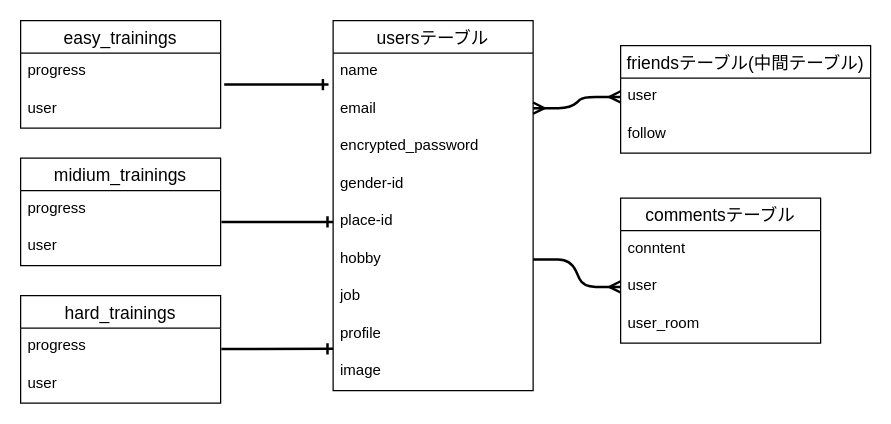
Above: ER_zu.dio in daicheez/kotopark (draw.io), before the change. Source tidied: cells renumbered, new cells numbered last; positions are measured from the earlier drawing's top-left corner, leaving out a move shared by most shapes. Both pictures are drawn from the tidied source at 125%, with x=0, y=0 at pixel (20, 20).
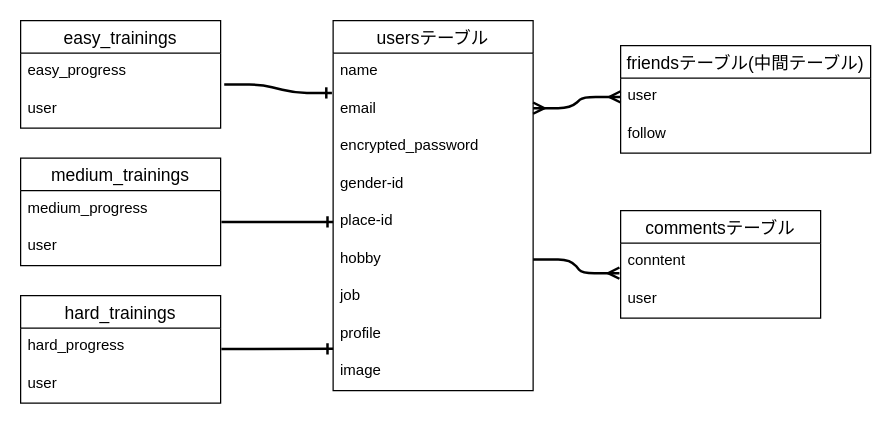
The same page after the edit.

Commit message (it also covers changes not shown here):
ER、画面遷移図、readmeの修正

Unchanged cells that the change refers to:
```xml
<mxCell id="3" value="name" style="text;strokeColor=none;fillColor=none;spacingLeft=4;spacingRight=4;overflow=hidden;points=[[0,0.5],[1,0.5]];portConstraint=eastwest;fontSize=12;" parent="2" vertex="1">
  <mxGeometry y="26" width="160" height="30" as="geometry" />
</mxCell>
<mxCell id="4" value="email" style="text;strokeColor=none;fillColor=none;spacingLeft=4;spacingRight=4;overflow=hidden;points=[[0,0.5],[1,0.5]];portConstraint=eastwest;fontSize=12;" parent="2" vertex="1">
  <mxGeometry y="56" width="160" height="30" as="geometry" />
</mxCell>
<mxCell id="8" value="hobby" style="text;strokeColor=none;fillColor=none;spacingLeft=4;spacingRight=4;overflow=hidden;points=[[0,0.5],[1,0.5]];portConstraint=eastwest;fontSize=12;" parent="2" vertex="1">
  <mxGeometry y="176" width="160" height="30" as="geometry" />
</mxCell>
<mxCell id="12" value="easy_trainings" style="swimlane;fontStyle=0;horizontal=1;startSize=26;align=center;fontSize=14;" parent="1" vertex="1">
  <mxGeometry width="160" height="86" as="geometry" />
</mxCell>
<mxCell id="19" value="conntent" style="text;strokeColor=none;fillColor=none;spacingLeft=4;spacingRight=4;overflow=hidden;points=[[0,0.5],[1,0.5]];portConstraint=eastwest;fontSize=12;" parent="18" vertex="1">
  <mxGeometry y="26" width="160" height="30" as="geometry" />
</mxCell>
<mxCell id="20" value="user" style="text;strokeColor=none;fillColor=none;spacingLeft=4;spacingRight=4;overflow=hidden;points=[[0,0.5],[1,0.5]];portConstraint=eastwest;fontSize=12;" parent="18" vertex="1">
  <mxGeometry y="56" width="160" height="30" as="geometry" />
</mxCell>
<mxCell id="25" value="hard_trainings" style="swimlane;fontStyle=0;horizontal=1;startSize=26;align=center;fontSize=14;" parent="1" vertex="1">
  <mxGeometry y="220" width="160" height="86" as="geometry" />
</mxCell>
```

The edit, as a diff of the source:
```diff
@@
-    <mxCell id="13" value="progress" style="text;strokeColor=none;fillColor=none;spacingLeft=4;spacingRight=4;overflow=hidden;points=[[0,0.5],[1,0.5]];portConstraint=eastwest;fontSize=12;" parent="12" vertex="1">
+    <mxCell id="13" value="easy_progress" style="text;strokeColor=none;fillColor=none;spacingLeft=4;spacingRight=4;overflow=hidden;points=[[0,0.5],[1,0.5]];portConstraint=eastwest;fontSize=12;" parent="12" vertex="1">
       <mxGeometry y="26" width="160" height="30" as="geometry" />
     </mxCell>
@@
     <mxCell id="18" value="commentsテーブル" style="swimlane;fontStyle=0;horizontal=1;startSize=26;align=center;fontSize=14;" parent="1" vertex="1">
-      <mxGeometry x="480" y="142" width="160" height="116" as="geometry" />
+      <mxGeometry x="480" y="152" width="160" height="86" as="geometry" />
     </mxCell>
@@
-    <mxCell id="21" value="user_room" style="text;strokeColor=none;fillColor=none;spacingLeft=4;spacingRight=4;overflow=hidden;fontSize=12;" parent="18" vertex="1">
-      <mxGeometry y="86" width="160" height="30" as="geometry" />
-    </mxCell>
-    <mxCell id="22" style="edgeStyle=entityRelationEdgeStyle;fontSize=12;html=1;endArrow=ERmany;entryX=0;entryY=0.5;entryDx=0;entryDy=0;strokeWidth=2;exitX=1;exitY=0.5;exitDx=0;exitDy=0;" parent="1" edge="1" source="8" target="20">
+    <mxCell id="22" style="edgeStyle=entityRelationEdgeStyle;fontSize=12;html=1;endArrow=ERmany;entryX=-0.006;entryY=0.8;entryDx=0;entryDy=0;strokeWidth=2;exitX=1;exitY=0.5;exitDx=0;exitDy=0;entryPerimeter=0;" parent="1" edge="1" source="8" target="19">
       <mxGeometry relative="1" as="geometry" />
     </mxCell>
-    <mxCell id="23" style="edgeStyle=entityRelationEdgeStyle;fontSize=12;html=1;endArrow=none;endFill=0;strokeWidth=2;exitX=-0.023;exitY=-0.161;exitDx=0;exitDy=0;startArrow=ERone;startFill=0;entryX=1.018;entryY=0.839;entryDx=0;entryDy=0;entryPerimeter=0;exitPerimeter=0;" parent="1" edge="1" source="4" target="13">
+    <mxCell id="23" style="edgeStyle=entityRelationEdgeStyle;fontSize=12;html=1;endArrow=none;endFill=0;strokeWidth=2;startArrow=ERone;startFill=0;entryX=1.018;entryY=0.839;entryDx=0;entryDy=0;entryPerimeter=0;exitX=-0.006;exitY=1.061;exitDx=0;exitDy=0;exitPerimeter=0;" parent="1" edge="1" source="3" target="13">
       <mxGeometry relative="1" as="geometry" />
     </mxCell>
@@
-    <mxCell id="26" value="progress" style="text;strokeColor=none;fillColor=none;spacingLeft=4;spacingRight=4;overflow=hidden;fontSize=12;" parent="25" vertex="1">
+    <mxCell id="26" value="hard_progress" style="text;strokeColor=none;fillColor=none;spacingLeft=4;spacingRight=4;overflow=hidden;fontSize=12;" parent="25" vertex="1">
       <mxGeometry y="26" width="160" height="30" as="geometry" />
     </mxCell>
@@
-    <mxCell id="28" value="midium_trainings" style="swimlane;fontStyle=0;horizontal=1;startSize=26;align=center;fontSize=14;" parent="1" vertex="1">
+    <mxCell id="28" value="medium_trainings" style="swimlane;fontStyle=0;horizontal=1;startSize=26;align=center;fontSize=14;" parent="1" vertex="1">
       <mxGeometry y="110" width="160" height="86" as="geometry" />
     </mxCell>
-    <mxCell id="29" value="progress" style="text;strokeColor=none;fillColor=none;spacingLeft=4;spacingRight=4;overflow=hidden;points=[[0,0.5],[1,0.5]];portConstraint=eastwest;fontSize=12;" parent="28" vertex="1">
+    <mxCell id="29" value="medium_progress" style="text;strokeColor=none;fillColor=none;spacingLeft=4;spacingRight=4;overflow=hidden;points=[[0,0.5],[1,0.5]];portConstraint=eastwest;fontSize=12;" parent="28" vertex="1">
       <mxGeometry y="26" width="160" height="30" as="geometry" />
     </mxCell>
```
